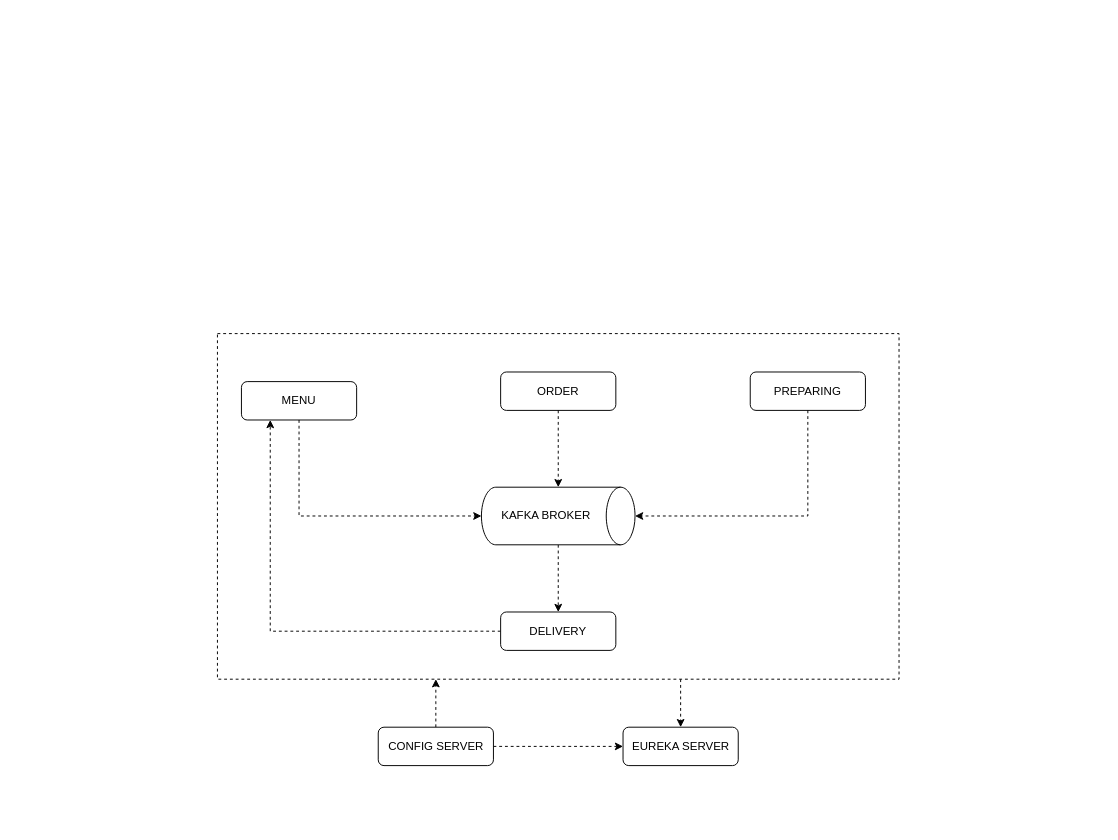
This is documents/Diagrama sem nome.drawio from devjuliomesquita/Desafio_Mais_Cond, a draw.io file, before an edit. Source tidied: cells renumbered, new cells numbered last; positions are measured from the earlier drawing's top-left corner, leaving out a move shared by most shapes. Both pictures are drawn from the tidied source at 96%, with x=0, y=0 at pixel (217, 333).
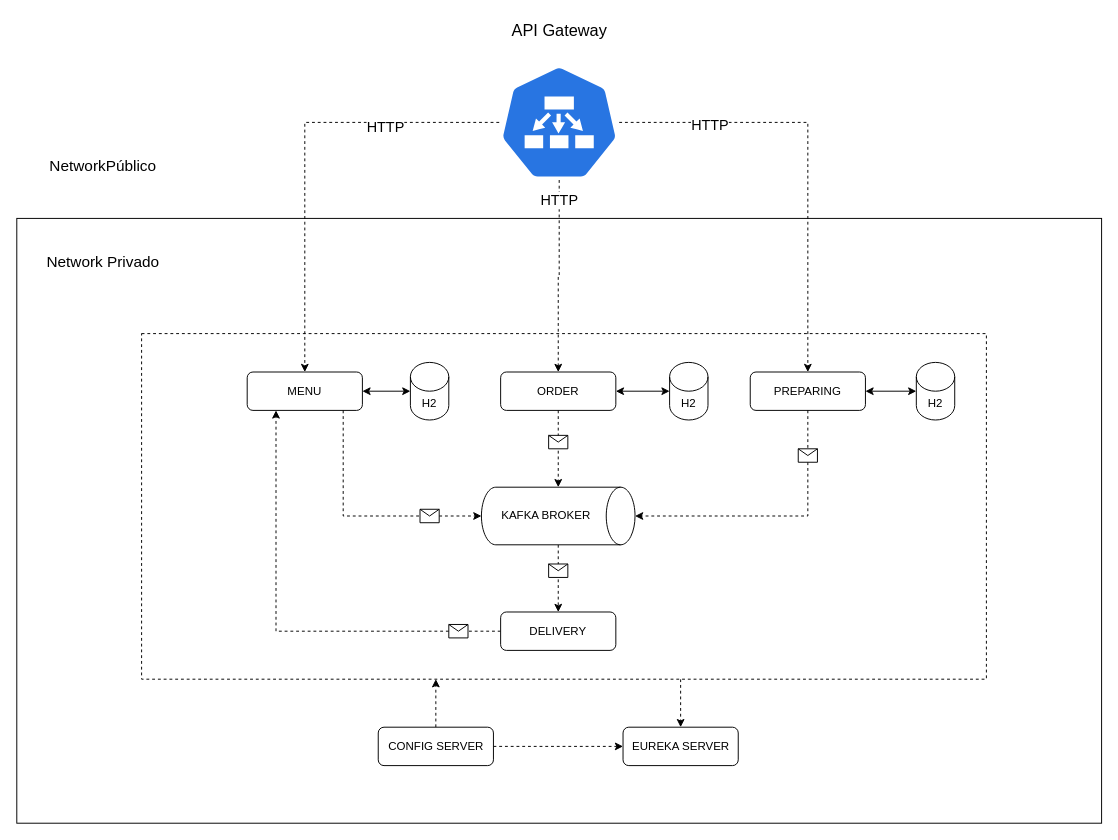
After the change.

Unchanged cells that the change refers to:
```xml
<mxCell id="5" value="PREPARING" style="rounded=1;whiteSpace=wrap;html=1;fontSize=12;glass=0;strokeWidth=1;shadow=0;" parent="1" vertex="1">
  <mxGeometry x="555" y="40" width="120" height="40" as="geometry" />
</mxCell>
<mxCell id="13" value="KAFKA BROKER" style="shape=cylinder3;whiteSpace=wrap;html=1;boundedLbl=1;backgroundOutline=1;size=15;direction=south;" parent="1" vertex="1">
  <mxGeometry x="275" y="160" width="160" height="60" as="geometry" />
</mxCell>
<mxCell id="15" value="ORDER" style="rounded=1;whiteSpace=wrap;html=1;fontSize=12;glass=0;strokeWidth=1;shadow=0;" parent="1" vertex="1">
  <mxGeometry x="295" y="40" width="120" height="40" as="geometry" />
</mxCell>
```

What changed in the source:
```diff
@@
+    <mxCell id="19" value="&lt;div align=&quot;left&quot;&gt;&lt;br&gt;&lt;/div&gt;" style="rounded=0;whiteSpace=wrap;html=1;" parent="1" vertex="1">
+      <mxGeometry x="-209" y="-120" width="1130" height="630" as="geometry" />
+    </mxCell>
@@
     <mxCell id="3" style="rounded=0;whiteSpace=wrap;html=1;dashed=1;" parent="1" vertex="1">
-      <mxGeometry width="710" height="360" as="geometry" />
+      <mxGeometry x="-79" width="880" height="360" as="geometry" />
     </mxCell>
     <mxCell id="4" value="MENU" style="rounded=1;whiteSpace=wrap;html=1;fontSize=12;glass=0;strokeWidth=1;shadow=0;" parent="1" vertex="1">
-      <mxGeometry x="25" y="50" width="120" height="40" as="geometry" />
+      <mxGeometry x="31" y="40" width="120" height="40" as="geometry" />
     </mxCell>
@@
     <mxCell id="14" style="edgeStyle=orthogonalEdgeStyle;rounded=0;jettySize=auto;html=1;entryX=0.5;entryY=1;entryDx=0;entryDy=0;entryPerimeter=0;dashed=1;" parent="1" edge="1" source="4" target="13">
       <mxGeometry relative="1" as="geometry">
         <Array as="points">
-          <mxPoint x="85" y="190" />
+          <mxPoint x="131" y="190" />
         </Array>
       </mxGeometry>
     </mxCell>
@@
+    <mxCell id="20" value="H2" style="shape=cylinder3;whiteSpace=wrap;html=1;boundedLbl=1;backgroundOutline=1;size=15;" parent="1" vertex="1">
+      <mxGeometry x="201" y="30" width="40" height="60" as="geometry" />
+    </mxCell>
+    <mxCell id="21" style="shape=message;html=1;" parent="1" vertex="1">
+      <mxGeometry x="211" y="183" width="20" height="14" as="geometry" />
+    </mxCell>
+    <mxCell id="22" style="shape=message;html=1;" parent="1" vertex="1">
+      <mxGeometry x="605" y="120" width="20" height="14" as="geometry" />
+    </mxCell>
+    <mxCell id="23" style="shape=message;html=1;" parent="1" vertex="1">
+      <mxGeometry x="345" y="240" width="20" height="14" as="geometry" />
+    </mxCell>
+    <mxCell id="24" style="shape=message;html=1;" parent="1" vertex="1">
+      <mxGeometry x="241" y="303" width="20" height="14" as="geometry" />
+    </mxCell>
+    <mxCell id="25" value="H2" style="shape=cylinder3;whiteSpace=wrap;html=1;boundedLbl=1;backgroundOutline=1;size=15;" parent="1" vertex="1">
+      <mxGeometry x="471" y="30" width="40" height="60" as="geometry" />
+    </mxCell>
+    <mxCell id="26" value="H2" style="shape=cylinder3;whiteSpace=wrap;html=1;boundedLbl=1;backgroundOutline=1;size=15;" parent="1" vertex="1">
+      <mxGeometry x="728" y="30" width="40" height="60" as="geometry" />
+    </mxCell>
+    <mxCell id="27" style="endArrow=classic;startArrow=classic;html=1;rounded=0;entryX=0;entryY=0.5;entryDx=0;entryDy=0;entryPerimeter=0;exitX=1;exitY=0.5;exitDx=0;exitDy=0;" parent="1" edge="1" source="4" target="20">
+      <mxGeometry relative="1" as="geometry" />
+    </mxCell>
+    <mxCell id="28" style="endArrow=classic;startArrow=classic;html=1;rounded=0;entryX=0;entryY=0.5;entryDx=0;entryDy=0;entryPerimeter=0;exitX=1;exitY=0.5;exitDx=0;exitDy=0;" parent="1" edge="1" source="15" target="25">
+      <mxGeometry relative="1" as="geometry" />
+    </mxCell>
+    <mxCell id="29" style="endArrow=classic;startArrow=classic;html=1;rounded=0;entryX=0;entryY=0.5;entryDx=0;entryDy=0;entryPerimeter=0;exitX=1;exitY=0.5;exitDx=0;exitDy=0;" parent="1" edge="1" source="5" target="26">
+      <mxGeometry relative="1" as="geometry" />
+    </mxCell>
+    <mxCell id="30" style="shape=message;html=1;" parent="1" vertex="1">
+      <mxGeometry x="345" y="106" width="20" height="14" as="geometry" />
+    </mxCell>
+    <mxCell id="31" value="&lt;font style=&quot;font-size: 16px;&quot;&gt;Network Privado&lt;/font&gt;" style="text;html=1;align=center;verticalAlign=middle;whiteSpace=wrap;rounded=0;strokeWidth=2;" parent="1" vertex="1">
+      <mxGeometry x="-199" y="-90" width="160" height="30" as="geometry" />
+    </mxCell>
+    <mxCell id="32" value="&lt;font style=&quot;font-size: 16px;&quot;&gt;NetworkPúblico&lt;/font&gt;" style="text;html=1;align=center;verticalAlign=middle;whiteSpace=wrap;rounded=0;strokeWidth=2;" parent="1" vertex="1">
+      <mxGeometry x="-199" y="-190" width="160" height="30" as="geometry" />
+    </mxCell>
+    <mxCell id="33" style="edgeStyle=orthogonalEdgeStyle;rounded=0;jettySize=auto;html=1;entryX=0.5;entryY=0;entryDx=0;entryDy=0;dashed=1;" parent="1" edge="1" source="39" target="4">
+      <mxGeometry relative="1" as="geometry" />
+    </mxCell>
+    <mxCell id="34" value="&lt;font style=&quot;font-size: 15px;&quot;&gt;HTTP&lt;/font&gt;" style="edgeLabel;html=1;align=center;verticalAlign=middle;" parent="33" vertex="1">
+      <mxGeometry x="-0.48" y="3" relative="1" as="geometry">
+        <mxPoint x="1" as="offset" />
+      </mxGeometry>
+    </mxCell>
+    <mxCell id="35" style="edgeStyle=orthogonalEdgeStyle;rounded=0;jettySize=auto;html=1;dashed=1;" parent="1" edge="1" source="39" target="5">
+      <mxGeometry relative="1" as="geometry" />
+    </mxCell>
+    <mxCell id="36" value="&lt;font style=&quot;font-size: 15px;&quot;&gt;HTTP&lt;/font&gt;" style="edgeLabel;html=1;align=center;verticalAlign=middle;" parent="35" vertex="1">
+      <mxGeometry x="-0.59" y="-1" relative="1" as="geometry" />
+    </mxCell>
+    <mxCell id="37" style="edgeStyle=orthogonalEdgeStyle;rounded=0;jettySize=auto;html=1;entryX=0.5;entryY=0;entryDx=0;entryDy=0;dashed=1;" parent="1" edge="1" source="39" target="15">
+      <mxGeometry relative="1" as="geometry" />
+    </mxCell>
+    <mxCell id="38" value="&lt;font style=&quot;font-size: 15px;&quot;&gt;HTTP&lt;/font&gt;" style="edgeLabel;html=1;align=center;verticalAlign=middle;" parent="37" vertex="1">
+      <mxGeometry x="-0.16" relative="1" as="geometry">
+        <mxPoint x="-1" y="-64" as="offset" />
+      </mxGeometry>
+    </mxCell>
+    <mxCell id="39" style="sketch=0;html=1;dashed=0;whitespace=wrap;verticalLabelPosition=bottom;verticalAlign=top;fillColor=#2875E2;strokeColor=#ffffff;points=[[0.005,0.63,0],[0.1,0.2,0],[0.9,0.2,0],[0.5,0,0],[0.995,0.63,0],[0.72,0.99,0],[0.5,1,0],[0.28,0.99,0]];shape=mxgraph.kubernetes.icon2;prIcon=ep;" parent="1" vertex="1">
+      <mxGeometry x="293.5" y="-280" width="125" height="120" as="geometry" />
+    </mxCell>
+    <mxCell id="40" value="&lt;font style=&quot;font-size: 17px;&quot;&gt;API Gateway&lt;/font&gt;" style="text;html=1;align=center;verticalAlign=middle;strokeColor=none;fillColor=none;" parent="1" vertex="1">
+      <mxGeometry x="296" y="-330" width="120" height="30" as="geometry" />
+    </mxCell>
```
